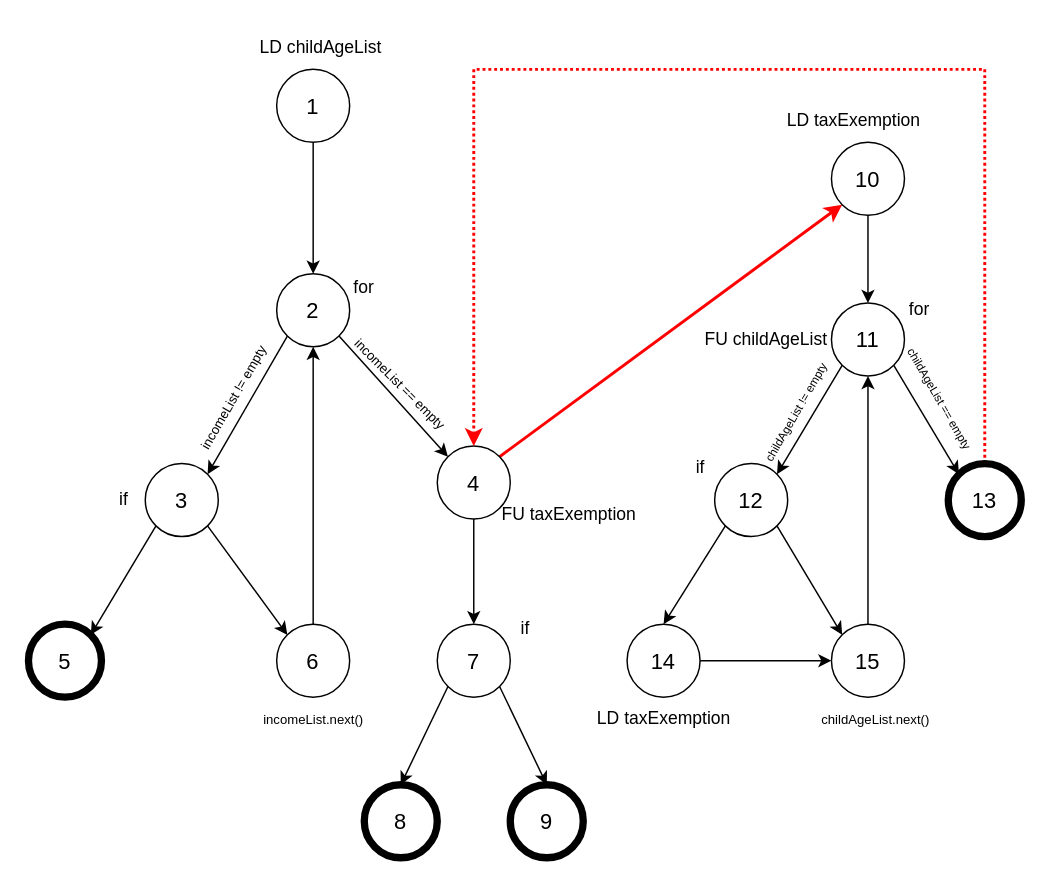
The draw.io diagram software-testing-asg-2.drawio in sakib7/ml-project-versioning, before the edit. Source tidied: cells renumbered, new cells numbered last; positions are measured from the earlier drawing's top-left corner, leaving out a move shared by most shapes. Both pictures are drawn from the tidied source at 146%, with x=0, y=0 at pixel (28, 25).
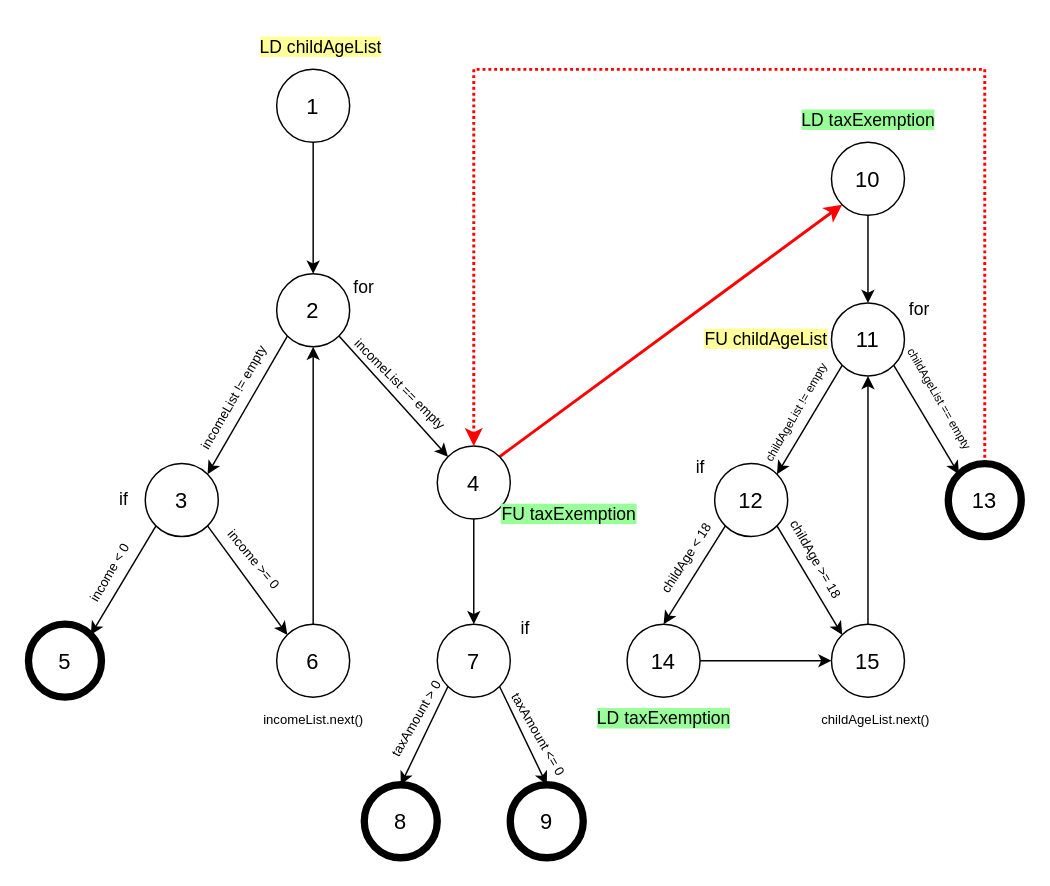
After the change.

Diff of the diagram source:
```diff
@@
-    <mxCell id="46" value="&lt;font style=&quot;font-size: 12px;&quot;&gt;LD childAgeList&lt;/font&gt;" style="text;html=1;align=center;verticalAlign=middle;strokeColor=none;fillColor=none;" parent="1" vertex="1">
+    <mxCell id="46" value="&lt;font style=&quot;font-size: 12px; background-color: rgb(255, 255, 153);&quot;&gt;LD childAgeList&lt;/font&gt;" style="text;html=1;align=center;verticalAlign=middle;strokeColor=none;fillColor=none;" parent="1" vertex="1">
       <mxGeometry x="145" width="110" height="30" as="geometry" />
     </mxCell>
-    <mxCell id="47" value="FU&amp;nbsp;childAgeList" style="text;html=1;align=center;verticalAlign=middle;strokeColor=none;fillColor=none;" parent="1" vertex="1">
+    <mxCell id="47" value="&lt;span style=&quot;background-color: rgb(255, 255, 153);&quot;&gt;FU&amp;nbsp;childAgeList&lt;/span&gt;" style="text;html=1;align=center;verticalAlign=middle;strokeColor=none;fillColor=none;" parent="1" vertex="1">
       <mxGeometry x="450" y="200" width="110" height="30" as="geometry" />
     </mxCell>
-    <mxCell id="48" value="LD&amp;nbsp;taxExemption" style="text;html=1;align=center;verticalAlign=middle;strokeColor=none;fillColor=none;" parent="1" vertex="1">
+    <mxCell id="48" value="&lt;span style=&quot;background-color: rgb(153, 255, 153);&quot;&gt;LD&amp;nbsp;taxExemption&lt;/span&gt;" style="text;html=1;align=center;verticalAlign=middle;strokeColor=none;fillColor=none;" parent="1" vertex="1">
       <mxGeometry x="380" y="460" width="110" height="30" as="geometry" />
     </mxCell>
-    <mxCell id="49" value="FU taxExemption" style="text;html=1;align=center;verticalAlign=middle;strokeColor=none;fillColor=none;" parent="1" vertex="1">
+    <mxCell id="49" value="&lt;span style=&quot;background-color: rgb(153, 255, 153);&quot;&gt;FU taxExemption&lt;/span&gt;" style="text;html=1;align=center;verticalAlign=middle;strokeColor=none;fillColor=none;" parent="1" vertex="1">
       <mxGeometry x="310" y="320" width="120" height="30" as="geometry" />
     </mxCell>
-    <mxCell id="50" value="LD&amp;nbsp;taxExemption" style="text;html=1;align=center;verticalAlign=middle;strokeColor=none;fillColor=none;" parent="1" vertex="1">
-      <mxGeometry x="510" y="50" width="110" height="30" as="geometry" />
+    <mxCell id="50" value="&lt;span style=&quot;background-color: rgb(153, 255, 153);&quot;&gt;LD&amp;nbsp;taxExemption&lt;/span&gt;" style="text;html=1;align=center;verticalAlign=middle;strokeColor=none;fillColor=none;" parent="1" vertex="1">
+      <mxGeometry x="520" y="50" width="110" height="30" as="geometry" />
     </mxCell>
+    <mxCell id="51" value="&lt;font style=&quot;font-size: 9px;&quot;&gt;income &amp;lt; 0&lt;/font&gt;" style="text;html=1;align=center;verticalAlign=middle;strokeColor=none;fillColor=none;rotation=-60;" parent="1" vertex="1">
+      <mxGeometry x="20" y="360" width="70" height="30" as="geometry" />
+    </mxCell>
+    <mxCell id="52" value="&lt;font style=&quot;font-size: 9px;&quot;&gt;income &amp;gt;= 0&lt;/font&gt;" style="text;html=1;align=center;verticalAlign=middle;strokeColor=none;fillColor=none;rotation=50;" parent="1" vertex="1">
+      <mxGeometry x="120" y="350" width="70" height="30" as="geometry" />
+    </mxCell>
+    <mxCell id="53" value="&lt;font style=&quot;font-size: 9px;&quot;&gt;taxAmount &amp;gt; 0&lt;/font&gt;" style="text;html=1;align=center;verticalAlign=middle;strokeColor=none;fillColor=none;rotation=-60;" parent="1" vertex="1">
+      <mxGeometry x="225" y="460" width="80" height="30" as="geometry" />
+    </mxCell>
+    <mxCell id="54" value="&lt;font style=&quot;font-size: 9px;&quot;&gt;taxAmount &amp;lt;= 0&lt;/font&gt;" style="text;html=1;align=center;verticalAlign=middle;strokeColor=none;fillColor=none;rotation=60;" parent="1" vertex="1">
+      <mxGeometry x="305" y="470" width="90" height="30" as="geometry" />
+    </mxCell>
+    <mxCell id="55" value="&lt;font style=&quot;font-size: 9px;&quot;&gt;childAge &amp;lt; 18&lt;/font&gt;" style="text;html=1;align=center;verticalAlign=middle;strokeColor=none;fillColor=none;rotation=303;" parent="1" vertex="1">
+      <mxGeometry x="410" y="350" width="80" height="30" as="geometry" />
+    </mxCell>
+    <mxCell id="56" value="&lt;font style=&quot;font-size: 9px;&quot;&gt;childAge &amp;gt;= 18&lt;/font&gt;" style="text;html=1;align=center;verticalAlign=middle;strokeColor=none;fillColor=none;rotation=60;" parent="1" vertex="1">
+      <mxGeometry x="500" y="350" width="80" height="30" as="geometry" />
+    </mxCell>
```
